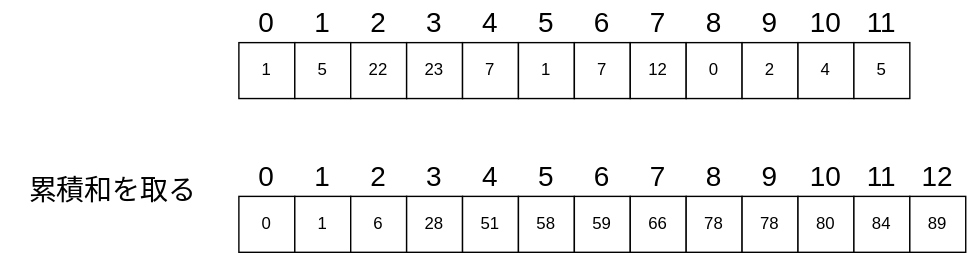
The draw.io diagram static/img/svg/Algorithm/cumulative-sum/cumulative-sum-2.drawio.svg in koseki2580/study-docs, before a commit. Source tidied: cells renumbered, new cells last; positions are measured from the earlier drawing's top-left corner, leaving out a move shared by most shapes.
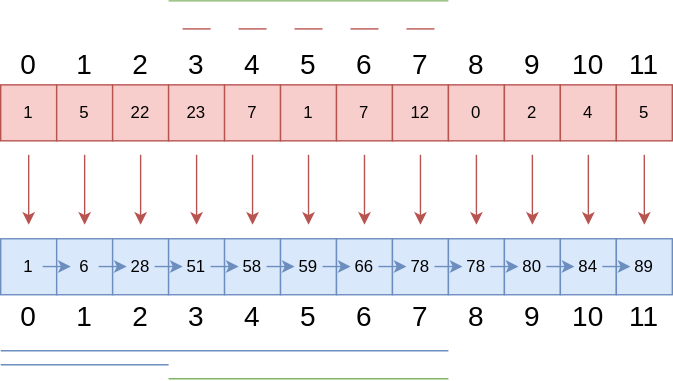
The same diagram one commit later.

The edit, as a diff of the source:
```diff
@@ -2,84 +2,78 @@
   <root>
     <mxCell id="0" />
     <mxCell id="1" parent="0" />
-    <mxCell id="2" value="1" style="rounded=0;whiteSpace=wrap;html=1;" parent="1" vertex="1">
+    <mxCell id="2" value="1" style="rounded=0;whiteSpace=wrap;html=1;fillColor=#f8cecc;strokeColor=#b85450;" parent="1" vertex="1">
       <mxGeometry x="170" y="30" width="40" height="40" as="geometry" />
     </mxCell>
-    <mxCell id="3" value="5" style="rounded=0;whiteSpace=wrap;html=1;" parent="1" vertex="1">
+    <mxCell id="3" value="5" style="rounded=0;whiteSpace=wrap;html=1;fillColor=#f8cecc;strokeColor=#b85450;" parent="1" vertex="1">
       <mxGeometry x="210" y="30" width="40" height="40" as="geometry" />
     </mxCell>
-    <mxCell id="4" value="22" style="rounded=0;whiteSpace=wrap;html=1;" parent="1" vertex="1">
+    <mxCell id="4" value="22" style="rounded=0;whiteSpace=wrap;html=1;fillColor=#f8cecc;strokeColor=#b85450;" parent="1" vertex="1">
       <mxGeometry x="250" y="30" width="40" height="40" as="geometry" />
     </mxCell>
-    <mxCell id="5" value="23" style="rounded=0;whiteSpace=wrap;html=1;" parent="1" vertex="1">
+    <mxCell id="5" value="23" style="rounded=0;whiteSpace=wrap;html=1;fillColor=#f8cecc;strokeColor=#b85450;" parent="1" vertex="1">
       <mxGeometry x="290" y="30" width="40" height="40" as="geometry" />
     </mxCell>
-    <mxCell id="6" value="7" style="rounded=0;whiteSpace=wrap;html=1;" parent="1" vertex="1">
+    <mxCell id="6" value="7" style="rounded=0;whiteSpace=wrap;html=1;fillColor=#f8cecc;strokeColor=#b85450;" parent="1" vertex="1">
       <mxGeometry x="330" y="30" width="40" height="40" as="geometry" />
     </mxCell>
-    <mxCell id="7" value="1" style="rounded=0;whiteSpace=wrap;html=1;" parent="1" vertex="1">
+    <mxCell id="7" value="1" style="rounded=0;whiteSpace=wrap;html=1;fillColor=#f8cecc;strokeColor=#b85450;" parent="1" vertex="1">
       <mxGeometry x="370" y="30" width="40" height="40" as="geometry" />
     </mxCell>
-    <mxCell id="8" value="7" style="rounded=0;whiteSpace=wrap;html=1;" parent="1" vertex="1">
+    <mxCell id="8" value="7" style="rounded=0;whiteSpace=wrap;html=1;fillColor=#f8cecc;strokeColor=#b85450;" parent="1" vertex="1">
       <mxGeometry x="410" y="30" width="40" height="40" as="geometry" />
     </mxCell>
-    <mxCell id="9" value="12" style="rounded=0;whiteSpace=wrap;html=1;" parent="1" vertex="1">
+    <mxCell id="9" value="12" style="rounded=0;whiteSpace=wrap;html=1;fillColor=#f8cecc;strokeColor=#b85450;" parent="1" vertex="1">
       <mxGeometry x="450" y="30" width="40" height="40" as="geometry" />
     </mxCell>
-    <mxCell id="10" value="0" style="rounded=0;whiteSpace=wrap;html=1;" parent="1" vertex="1">
+    <mxCell id="10" value="0" style="rounded=0;whiteSpace=wrap;html=1;fillColor=#f8cecc;strokeColor=#b85450;" parent="1" vertex="1">
       <mxGeometry x="490" y="30" width="40" height="40" as="geometry" />
     </mxCell>
-    <mxCell id="11" value="2" style="rounded=0;whiteSpace=wrap;html=1;" parent="1" vertex="1">
+    <mxCell id="11" value="2" style="rounded=0;whiteSpace=wrap;html=1;fillColor=#f8cecc;strokeColor=#b85450;" parent="1" vertex="1">
       <mxGeometry x="530" y="30" width="40" height="40" as="geometry" />
     </mxCell>
-    <mxCell id="12" value="4" style="rounded=0;whiteSpace=wrap;html=1;" parent="1" vertex="1">
+    <mxCell id="12" value="4" style="rounded=0;whiteSpace=wrap;html=1;fillColor=#f8cecc;strokeColor=#b85450;" parent="1" vertex="1">
       <mxGeometry x="570" y="30" width="40" height="40" as="geometry" />
     </mxCell>
-    <mxCell id="13" value="5" style="rounded=0;whiteSpace=wrap;html=1;" parent="1" vertex="1">
+    <mxCell id="13" value="5" style="rounded=0;whiteSpace=wrap;html=1;fillColor=#f8cecc;strokeColor=#b85450;" parent="1" vertex="1">
       <mxGeometry x="610" y="30" width="40" height="40" as="geometry" />
     </mxCell>
-    <mxCell id="14" value="0" style="rounded=0;whiteSpace=wrap;html=1;" parent="1" vertex="1">
-      <mxGeometry x="170" y="140" width="40" height="40" as="geometry" />
-    </mxCell>
-    <mxCell id="15" value="1" style="rounded=0;whiteSpace=wrap;html=1;" parent="1" vertex="1">
-      <mxGeometry x="210" y="140" width="40" height="40" as="geometry" />
+    <mxCell id="15" value="1" style="rounded=0;whiteSpace=wrap;html=1;fillColor=#dae8fc;strokeColor=#6c8ebf;" parent="1" vertex="1">
+      <mxGeometry x="170" y="140" width="40" height="40" as="geometry" />
     </mxCell>
-    <mxCell id="16" value="6" style="rounded=0;whiteSpace=wrap;html=1;" parent="1" vertex="1">
-      <mxGeometry x="250" y="140" width="40" height="40" as="geometry" />
+    <mxCell id="16" value="6" style="rounded=0;whiteSpace=wrap;html=1;fillColor=#dae8fc;strokeColor=#6c8ebf;" parent="1" vertex="1">
+      <mxGeometry x="210" y="140" width="40" height="40" as="geometry" />
     </mxCell>
-    <mxCell id="17" value="28" style="rounded=0;whiteSpace=wrap;html=1;" parent="1" vertex="1">
-      <mxGeometry x="290" y="140" width="40" height="40" as="geometry" />
+    <mxCell id="17" value="28" style="rounded=0;whiteSpace=wrap;html=1;fillColor=#dae8fc;strokeColor=#6c8ebf;" parent="1" vertex="1">
+      <mxGeometry x="250" y="140" width="40" height="40" as="geometry" />
     </mxCell>
-    <mxCell id="18" value="51" style="rounded=0;whiteSpace=wrap;html=1;" parent="1" vertex="1">
-      <mxGeometry x="330" y="140" width="40" height="40" as="geometry" />
+    <mxCell id="18" value="51" style="rounded=0;whiteSpace=wrap;html=1;fillColor=#dae8fc;strokeColor=#6c8ebf;" parent="1" vertex="1">
+      <mxGeometry x="290" y="140" width="40" height="40" as="geometry" />
     </mxCell>
-    <mxCell id="19" value="58" style="rounded=0;whiteSpace=wrap;html=1;" parent="1" vertex="1">
-      <mxGeometry x="370" y="140" width="40" height="40" as="geometry" />
+    <mxCell id="19" value="58" style="rounded=0;whiteSpace=wrap;html=1;fillColor=#dae8fc;strokeColor=#6c8ebf;" parent="1" vertex="1">
+      <mxGeometry x="330" y="140" width="40" height="40" as="geometry" />
     </mxCell>
-    <mxCell id="20" value="59" style="rounded=0;whiteSpace=wrap;html=1;" parent="1" vertex="1">
-      <mxGeometry x="410" y="140" width="40" height="40" as="geometry" />
+    <mxCell id="20" value="59" style="rounded=0;whiteSpace=wrap;html=1;fillColor=#dae8fc;strokeColor=#6c8ebf;" parent="1" vertex="1">
+      <mxGeometry x="370" y="140" width="40" height="40" as="geometry" />
     </mxCell>
-    <mxCell id="21" value="66" style="rounded=0;whiteSpace=wrap;html=1;" parent="1" vertex="1">
-      <mxGeometry x="450" y="140" width="40" height="40" as="geometry" />
+    <mxCell id="21" value="66" style="rounded=0;whiteSpace=wrap;html=1;fillColor=#dae8fc;strokeColor=#6c8ebf;" parent="1" vertex="1">
+      <mxGeometry x="410" y="140" width="40" height="40" as="geometry" />
     </mxCell>
-    <mxCell id="22" value="78" style="rounded=0;whiteSpace=wrap;html=1;" parent="1" vertex="1">
-      <mxGeometry x="490" y="140" width="40" height="40" as="geometry" />
+    <mxCell id="22" value="78" style="rounded=0;whiteSpace=wrap;html=1;fillColor=#dae8fc;strokeColor=#6c8ebf;" parent="1" vertex="1">
+      <mxGeometry x="450" y="140" width="40" height="40" as="geometry" />
     </mxCell>
-    <mxCell id="23" value="78" style="rounded=0;whiteSpace=wrap;html=1;" parent="1" vertex="1">
-      <mxGeometry x="530" y="140" width="40" height="40" as="geometry" />
+    <mxCell id="23" value="78" style="rounded=0;whiteSpace=wrap;html=1;fillColor=#dae8fc;strokeColor=#6c8ebf;" parent="1" vertex="1">
+      <mxGeometry x="490" y="140" width="40" height="40" as="geometry" />
     </mxCell>
-    <mxCell id="24" value="80" style="rounded=0;whiteSpace=wrap;html=1;" parent="1" vertex="1">
-      <mxGeometry x="570" y="140" width="40" height="40" as="geometry" />
+    <mxCell id="24" value="80" style="rounded=0;whiteSpace=wrap;html=1;fillColor=#dae8fc;strokeColor=#6c8ebf;" parent="1" vertex="1">
+      <mxGeometry x="530" y="140" width="40" height="40" as="geometry" />
     </mxCell>
-    <mxCell id="25" value="84" style="rounded=0;whiteSpace=wrap;html=1;" parent="1" vertex="1">
-      <mxGeometry x="610" y="140" width="40" height="40" as="geometry" />
+    <mxCell id="25" value="84" style="rounded=0;whiteSpace=wrap;html=1;fillColor=#dae8fc;strokeColor=#6c8ebf;" parent="1" vertex="1">
+      <mxGeometry x="570" y="140" width="40" height="40" as="geometry" />
     </mxCell>
-    <mxCell id="26" value="89" style="rounded=0;whiteSpace=wrap;html=1;" parent="1" vertex="1">
-      <mxGeometry x="650" y="140" width="40" height="40" as="geometry" />
+    <mxCell id="26" value="89" style="rounded=0;whiteSpace=wrap;html=1;fillColor=#dae8fc;strokeColor=#6c8ebf;" parent="1" vertex="1">
+      <mxGeometry x="610" y="140" width="40" height="40" as="geometry" />
     </mxCell>
-    <mxCell id="27" value="累積和を取る" style="text;html=1;strokeColor=none;fillColor=none;align=center;verticalAlign=middle;whiteSpace=wrap;rounded=0;fontSize=20;" parent="1" vertex="1">
-      <mxGeometry y="120" width="160" height="30" as="geometry" />
-    </mxCell>
     <mxCell id="28" value="0" style="text;html=1;strokeColor=none;fillColor=none;align=center;verticalAlign=middle;whiteSpace=wrap;rounded=0;fontSize=20;" parent="1" vertex="1">
       <mxGeometry x="170" width="40" height="30" as="geometry" />
     </mxCell>
@@ -117,43 +111,247 @@
       <mxGeometry x="610" width="40" height="30" as="geometry" />
     </mxCell>
     <mxCell id="40" value="0" style="text;html=1;strokeColor=none;fillColor=none;align=center;verticalAlign=middle;whiteSpace=wrap;rounded=0;fontSize=20;" parent="1" vertex="1">
-      <mxGeometry x="170" y="110" width="40" height="30" as="geometry" />
+      <mxGeometry x="170" y="180" width="40" height="30" as="geometry" />
     </mxCell>
     <mxCell id="41" value="1" style="text;html=1;strokeColor=none;fillColor=none;align=center;verticalAlign=middle;whiteSpace=wrap;rounded=0;fontSize=20;" parent="1" vertex="1">
-      <mxGeometry x="210" y="110" width="40" height="30" as="geometry" />
+      <mxGeometry x="210" y="180" width="40" height="30" as="geometry" />
     </mxCell>
     <mxCell id="42" value="2" style="text;html=1;strokeColor=none;fillColor=none;align=center;verticalAlign=middle;whiteSpace=wrap;rounded=0;fontSize=20;" parent="1" vertex="1">
-      <mxGeometry x="250" y="110" width="40" height="30" as="geometry" />
+      <mxGeometry x="250" y="180" width="40" height="30" as="geometry" />
     </mxCell>
     <mxCell id="43" value="3" style="text;html=1;strokeColor=none;fillColor=none;align=center;verticalAlign=middle;whiteSpace=wrap;rounded=0;fontSize=20;" parent="1" vertex="1">
-      <mxGeometry x="290" y="110" width="40" height="30" as="geometry" />
+      <mxGeometry x="290" y="180" width="40" height="30" as="geometry" />
     </mxCell>
     <mxCell id="44" value="4" style="text;html=1;strokeColor=none;fillColor=none;align=center;verticalAlign=middle;whiteSpace=wrap;rounded=0;fontSize=20;" parent="1" vertex="1">
-      <mxGeometry x="330" y="110" width="40" height="30" as="geometry" />
+      <mxGeometry x="330" y="180" width="40" height="30" as="geometry" />
     </mxCell>
     <mxCell id="45" value="5" style="text;html=1;strokeColor=none;fillColor=none;align=center;verticalAlign=middle;whiteSpace=wrap;rounded=0;fontSize=20;" parent="1" vertex="1">
-      <mxGeometry x="370" y="110" width="40" height="30" as="geometry" />
+      <mxGeometry x="370" y="180" width="40" height="30" as="geometry" />
     </mxCell>
     <mxCell id="46" value="6" style="text;html=1;strokeColor=none;fillColor=none;align=center;verticalAlign=middle;whiteSpace=wrap;rounded=0;fontSize=20;" parent="1" vertex="1">
-      <mxGeometry x="410" y="110" width="40" height="30" as="geometry" />
+      <mxGeometry x="410" y="180" width="40" height="30" as="geometry" />
     </mxCell>
     <mxCell id="47" value="7" style="text;html=1;strokeColor=none;fillColor=none;align=center;verticalAlign=middle;whiteSpace=wrap;rounded=0;fontSize=20;" parent="1" vertex="1">
-      <mxGeometry x="450" y="110" width="40" height="30" as="geometry" />
+      <mxGeometry x="450" y="180" width="40" height="30" as="geometry" />
     </mxCell>
     <mxCell id="48" value="8" style="text;html=1;strokeColor=none;fillColor=none;align=center;verticalAlign=middle;whiteSpace=wrap;rounded=0;fontSize=20;" parent="1" vertex="1">
-      <mxGeometry x="490" y="110" width="40" height="30" as="geometry" />
+      <mxGeometry x="490" y="180" width="40" height="30" as="geometry" />
     </mxCell>
     <mxCell id="49" value="9" style="text;html=1;strokeColor=none;fillColor=none;align=center;verticalAlign=middle;whiteSpace=wrap;rounded=0;fontSize=20;" parent="1" vertex="1">
-      <mxGeometry x="530" y="110" width="40" height="30" as="geometry" />
+      <mxGeometry x="530" y="180" width="40" height="30" as="geometry" />
     </mxCell>
     <mxCell id="50" value="10" style="text;html=1;strokeColor=none;fillColor=none;align=center;verticalAlign=middle;whiteSpace=wrap;rounded=0;fontSize=20;" parent="1" vertex="1">
-      <mxGeometry x="570" y="110" width="40" height="30" as="geometry" />
+      <mxGeometry x="570" y="180" width="40" height="30" as="geometry" />
     </mxCell>
     <mxCell id="51" value="11" style="text;html=1;strokeColor=none;fillColor=none;align=center;verticalAlign=middle;whiteSpace=wrap;rounded=0;fontSize=20;" parent="1" vertex="1">
-      <mxGeometry x="610" y="110" width="40" height="30" as="geometry" />
+      <mxGeometry x="610" y="180" width="40" height="30" as="geometry" />
     </mxCell>
-    <mxCell id="52" value="12" style="text;html=1;strokeColor=none;fillColor=none;align=center;verticalAlign=middle;whiteSpace=wrap;rounded=0;fontSize=20;" parent="1" vertex="1">
-      <mxGeometry x="650" y="110" width="40" height="30" as="geometry" />
-    </mxCell>
+    <mxCell id="53" style="endArrow=classic;html=1;fontSize=20;fillColor=#f8cecc;strokeColor=#b85450;" parent="1" edge="1">
+      <mxGeometry relative="1" as="geometry">
+        <mxPoint x="190" y="80" as="sourcePoint" />
+        <mxPoint x="190" y="130" as="targetPoint" />
+      </mxGeometry>
+    </mxCell>
+    <mxCell id="54" style="endArrow=classic;html=1;fontSize=20;fillColor=#f8cecc;strokeColor=#b85450;" parent="1" edge="1">
+      <mxGeometry relative="1" as="geometry">
+        <mxPoint x="230" y="80" as="sourcePoint" />
+        <mxPoint x="230" y="130" as="targetPoint" />
+      </mxGeometry>
+    </mxCell>
+    <mxCell id="55" style="endArrow=classic;html=1;fontSize=20;fillColor=#f8cecc;strokeColor=#b85450;" parent="1" edge="1">
+      <mxGeometry relative="1" as="geometry">
+        <mxPoint x="270" y="80" as="sourcePoint" />
+        <mxPoint x="270" y="130" as="targetPoint" />
+      </mxGeometry>
+    </mxCell>
+    <mxCell id="56" style="endArrow=classic;html=1;fontSize=20;fillColor=#f8cecc;strokeColor=#b85450;" parent="1" edge="1">
+      <mxGeometry relative="1" as="geometry">
+        <mxPoint x="310" y="80" as="sourcePoint" />
+        <mxPoint x="310" y="130" as="targetPoint" />
+      </mxGeometry>
+    </mxCell>
+    <mxCell id="57" style="endArrow=classic;html=1;fontSize=20;fillColor=#f8cecc;strokeColor=#b85450;" parent="1" edge="1">
+      <mxGeometry relative="1" as="geometry">
+        <mxPoint x="350" y="80" as="sourcePoint" />
+        <mxPoint x="350" y="130" as="targetPoint" />
+      </mxGeometry>
+    </mxCell>
+    <mxCell id="58" style="endArrow=classic;html=1;fontSize=20;fillColor=#f8cecc;strokeColor=#b85450;" parent="1" edge="1">
+      <mxGeometry relative="1" as="geometry">
+        <mxPoint x="390" y="80" as="sourcePoint" />
+        <mxPoint x="390" y="130" as="targetPoint" />
+      </mxGeometry>
+    </mxCell>
+    <mxCell id="59" style="endArrow=classic;html=1;fontSize=20;fillColor=#f8cecc;strokeColor=#b85450;" parent="1" edge="1">
+      <mxGeometry relative="1" as="geometry">
+        <mxPoint x="430" y="80" as="sourcePoint" />
+        <mxPoint x="430" y="130" as="targetPoint" />
+      </mxGeometry>
+    </mxCell>
+    <mxCell id="60" style="endArrow=classic;html=1;fontSize=20;fillColor=#f8cecc;strokeColor=#b85450;" parent="1" edge="1">
+      <mxGeometry relative="1" as="geometry">
+        <mxPoint x="470" y="80" as="sourcePoint" />
+        <mxPoint x="470" y="130" as="targetPoint" />
+      </mxGeometry>
+    </mxCell>
+    <mxCell id="61" style="endArrow=classic;html=1;fontSize=20;fillColor=#f8cecc;strokeColor=#b85450;" parent="1" edge="1">
+      <mxGeometry relative="1" as="geometry">
+        <mxPoint x="510" y="80" as="sourcePoint" />
+        <mxPoint x="510" y="130" as="targetPoint" />
+      </mxGeometry>
+    </mxCell>
+    <mxCell id="62" style="endArrow=classic;html=1;fontSize=20;fillColor=#f8cecc;strokeColor=#b85450;" parent="1" edge="1">
+      <mxGeometry relative="1" as="geometry">
+        <mxPoint x="550" y="80" as="sourcePoint" />
+        <mxPoint x="550" y="130" as="targetPoint" />
+      </mxGeometry>
+    </mxCell>
+    <mxCell id="63" style="endArrow=classic;html=1;fontSize=20;fillColor=#f8cecc;strokeColor=#b85450;" parent="1" edge="1">
+      <mxGeometry relative="1" as="geometry">
+        <mxPoint x="590" y="80" as="sourcePoint" />
+        <mxPoint x="590" y="130" as="targetPoint" />
+      </mxGeometry>
+    </mxCell>
+    <mxCell id="64" style="endArrow=classic;html=1;fontSize=20;fillColor=#f8cecc;strokeColor=#b85450;" parent="1" edge="1">
+      <mxGeometry relative="1" as="geometry">
+        <mxPoint x="630" y="80" as="sourcePoint" />
+        <mxPoint x="630" y="130" as="targetPoint" />
+      </mxGeometry>
+    </mxCell>
+    <mxCell id="65" style="endArrow=classic;html=1;fontSize=20;fillColor=#dae8fc;strokeColor=#6c8ebf;" parent="1" edge="1">
+      <mxGeometry relative="1" as="geometry">
+        <mxPoint x="200" y="159.9" as="sourcePoint" />
+        <mxPoint x="220" y="159.9" as="targetPoint" />
+      </mxGeometry>
+    </mxCell>
+    <mxCell id="66" style="endArrow=classic;html=1;fontSize=20;fillColor=#dae8fc;strokeColor=#6c8ebf;" parent="1" edge="1">
+      <mxGeometry relative="1" as="geometry">
+        <mxPoint x="240" y="159.9" as="sourcePoint" />
+        <mxPoint x="260" y="159.9" as="targetPoint" />
+      </mxGeometry>
+    </mxCell>
+    <mxCell id="67" style="endArrow=classic;html=1;fontSize=20;fillColor=#dae8fc;strokeColor=#6c8ebf;" parent="1" edge="1">
+      <mxGeometry relative="1" as="geometry">
+        <mxPoint x="280" y="159.9" as="sourcePoint" />
+        <mxPoint x="300" y="159.9" as="targetPoint" />
+      </mxGeometry>
+    </mxCell>
+    <mxCell id="68" style="endArrow=classic;html=1;fontSize=20;fillColor=#dae8fc;strokeColor=#6c8ebf;" parent="1" edge="1">
+      <mxGeometry relative="1" as="geometry">
+        <mxPoint x="320" y="159.9" as="sourcePoint" />
+        <mxPoint x="340" y="159.9" as="targetPoint" />
+      </mxGeometry>
+    </mxCell>
+    <mxCell id="69" style="endArrow=classic;html=1;fontSize=20;fillColor=#dae8fc;strokeColor=#6c8ebf;" parent="1" edge="1">
+      <mxGeometry relative="1" as="geometry">
+        <mxPoint x="360" y="159.9" as="sourcePoint" />
+        <mxPoint x="380" y="159.9" as="targetPoint" />
+      </mxGeometry>
+    </mxCell>
+    <mxCell id="70" style="endArrow=classic;html=1;fontSize=20;fillColor=#dae8fc;strokeColor=#6c8ebf;" parent="1" edge="1">
+      <mxGeometry relative="1" as="geometry">
+        <mxPoint x="400" y="159.9" as="sourcePoint" />
+        <mxPoint x="420" y="159.9" as="targetPoint" />
+      </mxGeometry>
+    </mxCell>
+    <mxCell id="71" style="endArrow=classic;html=1;fontSize=20;fillColor=#dae8fc;strokeColor=#6c8ebf;" parent="1" edge="1">
+      <mxGeometry relative="1" as="geometry">
+        <mxPoint x="440" y="159.9" as="sourcePoint" />
+        <mxPoint x="460" y="159.9" as="targetPoint" />
+      </mxGeometry>
+    </mxCell>
+    <mxCell id="72" style="endArrow=classic;html=1;fontSize=20;fillColor=#dae8fc;strokeColor=#6c8ebf;" parent="1" edge="1">
+      <mxGeometry relative="1" as="geometry">
+        <mxPoint x="480" y="159.9" as="sourcePoint" />
+        <mxPoint x="500" y="159.9" as="targetPoint" />
+      </mxGeometry>
+    </mxCell>
+    <mxCell id="73" style="endArrow=classic;html=1;fontSize=20;fillColor=#dae8fc;strokeColor=#6c8ebf;" parent="1" edge="1">
+      <mxGeometry relative="1" as="geometry">
+        <mxPoint x="520" y="159.9" as="sourcePoint" />
+        <mxPoint x="540" y="159.9" as="targetPoint" />
+      </mxGeometry>
+    </mxCell>
+    <mxCell id="74" style="endArrow=classic;html=1;fontSize=20;fillColor=#dae8fc;strokeColor=#6c8ebf;" parent="1" edge="1">
+      <mxGeometry relative="1" as="geometry">
+        <mxPoint x="560" y="159.9" as="sourcePoint" />
+        <mxPoint x="580" y="159.9" as="targetPoint" />
+      </mxGeometry>
+    </mxCell>
+    <mxCell id="75" style="endArrow=classic;html=1;fontSize=20;fillColor=#dae8fc;strokeColor=#6c8ebf;" parent="1" edge="1">
+      <mxGeometry relative="1" as="geometry">
+        <mxPoint x="600" y="159.9" as="sourcePoint" />
+        <mxPoint x="620" y="159.9" as="targetPoint" />
+      </mxGeometry>
+    </mxCell>
+    <mxCell id="76" style="endArrow=none;html=1;fillColor=#f8cecc;strokeColor=#b85450;" parent="1" edge="1">
+      <mxGeometry relative="1" as="geometry">
+        <mxPoint x="300" y="-10" as="sourcePoint" />
+        <mxPoint x="320" y="-10" as="targetPoint" />
+        <Array as="points">
+          <mxPoint x="310" y="-10" />
+        </Array>
+      </mxGeometry>
+    </mxCell>
+    <mxCell id="77" style="endArrow=none;html=1;fillColor=#f8cecc;strokeColor=#b85450;" parent="1" edge="1">
+      <mxGeometry relative="1" as="geometry">
+        <mxPoint x="340" y="-10" as="sourcePoint" />
+        <mxPoint x="360" y="-10" as="targetPoint" />
+        <Array as="points">
+          <mxPoint x="350" y="-10" />
+        </Array>
+      </mxGeometry>
+    </mxCell>
+    <mxCell id="78" style="endArrow=none;html=1;fillColor=#f8cecc;strokeColor=#b85450;" parent="1" edge="1">
+      <mxGeometry relative="1" as="geometry">
+        <mxPoint x="380" y="-10" as="sourcePoint" />
+        <mxPoint x="400" y="-10" as="targetPoint" />
+        <Array as="points">
+          <mxPoint x="390" y="-10" />
+        </Array>
+      </mxGeometry>
+    </mxCell>
+    <mxCell id="79" style="endArrow=none;html=1;fillColor=#f8cecc;strokeColor=#b85450;" parent="1" edge="1">
+      <mxGeometry relative="1" as="geometry">
+        <mxPoint x="420" y="-10" as="sourcePoint" />
+        <mxPoint x="440" y="-10" as="targetPoint" />
+        <Array as="points">
+          <mxPoint x="430" y="-10" />
+        </Array>
+      </mxGeometry>
+    </mxCell>
+    <mxCell id="80" style="endArrow=none;html=1;fillColor=#f8cecc;strokeColor=#b85450;" parent="1" edge="1">
+      <mxGeometry relative="1" as="geometry">
+        <mxPoint x="460" y="-10" as="sourcePoint" />
+        <mxPoint x="480" y="-10" as="targetPoint" />
+        <Array as="points">
+          <mxPoint x="470" y="-10" />
+        </Array>
+      </mxGeometry>
+    </mxCell>
+    <mxCell id="81" style="endArrow=none;html=1;fillColor=#dae8fc;strokeColor=#6c8ebf;" parent="1" edge="1">
+      <mxGeometry relative="1" as="geometry">
+        <mxPoint x="170" y="220" as="sourcePoint" />
+        <mxPoint x="490" y="220" as="targetPoint" />
+      </mxGeometry>
+    </mxCell>
+    <mxCell id="82" style="endArrow=none;html=1;fillColor=#dae8fc;strokeColor=#6c8ebf;" parent="1" edge="1">
+      <mxGeometry relative="1" as="geometry">
+        <mxPoint x="170" y="230" as="sourcePoint" />
+        <mxPoint x="290" y="230" as="targetPoint" />
+      </mxGeometry>
+    </mxCell>
+    <mxCell id="83" style="endArrow=none;html=1;fillColor=#d5e8d4;strokeColor=#82b366;" parent="1" edge="1">
+      <mxGeometry relative="1" as="geometry">
+        <mxPoint x="290" y="-30" as="sourcePoint" />
+        <mxPoint x="490" y="-30" as="targetPoint" />
+      </mxGeometry>
+    </mxCell>
+    <mxCell id="84" style="endArrow=none;html=1;fillColor=#d5e8d4;strokeColor=#82b366;" parent="1" edge="1">
+      <mxGeometry relative="1" as="geometry">
+        <mxPoint x="290" y="240" as="sourcePoint" />
+        <mxPoint x="490" y="240" as="targetPoint" />
+      </mxGeometry>
+    </mxCell>
   </root>
 </mxGraphModel>
```
